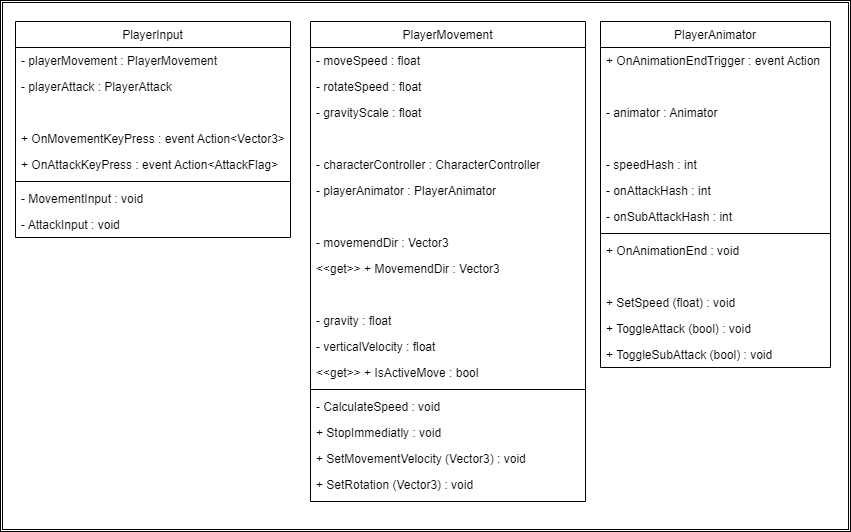
SEH00N/Eungabi keeps this draw.io diagram as ETC/UML/PlayerComponent.png. Above is the earlier version. Source tidied: cells renumbered, new cells last; positions are measured from the earlier drawing's top-left corner, leaving out a move shared by most shapes. Its diagram source:
```xml
<mxGraphModel>
  <root>
    <mxCell id="0" />
    <mxCell id="1" parent="0" />
    <mxCell id="2" style="shape=ext;double=1;rounded=0;whiteSpace=wrap;html=1;fontColor=#F0F0F0;strokeColor=default;fillColor=default;" parent="1" vertex="1">
      <mxGeometry width="850" height="531" as="geometry" />
    </mxCell>
    <mxCell id="3" value="PlayerInput" style="swimlane;fontStyle=0;align=center;verticalAlign=top;horizontal=1;startSize=26;rounded=0;shadow=0;strokeWidth=1;spacingTop=0;" parent="1" vertex="1">
      <mxGeometry x="15" y="21" width="275" height="216" as="geometry" />
    </mxCell>
    <mxCell id="4" value="- playerMovement : PlayerMovement" style="text;align=left;verticalAlign=top;spacingLeft=4;spacingRight=4;overflow=hidden;rounded=0;shadow=0;html=0;" parent="3" vertex="1">
      <mxGeometry y="26" width="275" height="26" as="geometry" />
    </mxCell>
    <mxCell id="5" value="- playerAttack : PlayerAttack" style="text;align=left;verticalAlign=top;spacingLeft=4;spacingRight=4;overflow=hidden;rounded=0;shadow=0;html=0;" parent="3" vertex="1">
      <mxGeometry y="52" width="275" height="26" as="geometry" />
    </mxCell>
    <mxCell id="6" value=" " style="text;align=left;verticalAlign=top;spacingLeft=4;spacingRight=4;overflow=hidden;rounded=0;shadow=0;html=0;" parent="3" vertex="1">
      <mxGeometry y="78" width="275" height="26" as="geometry" />
    </mxCell>
    <mxCell id="7" value="+ OnMovementKeyPress : event Action&lt;Vector3&gt;" style="text;align=left;verticalAlign=top;spacingLeft=4;spacingRight=4;overflow=hidden;rounded=0;shadow=0;html=0;" parent="3" vertex="1">
      <mxGeometry y="104" width="275" height="26" as="geometry" />
    </mxCell>
    <mxCell id="8" value="+ OnAttackKeyPress : event Action&lt;AttackFlag&gt;" style="text;align=left;verticalAlign=top;spacingLeft=4;spacingRight=4;overflow=hidden;rounded=0;shadow=0;html=0;" parent="3" vertex="1">
      <mxGeometry y="130" width="275" height="26" as="geometry" />
    </mxCell>
    <mxCell id="9" style="line;html=1;strokeWidth=1;align=left;verticalAlign=middle;spacingTop=-1;spacingLeft=3;spacingRight=3;labelPosition=right;" parent="3" vertex="1">
      <mxGeometry y="156" width="275" height="8" as="geometry" />
    </mxCell>
    <mxCell id="10" value="- MovementInput : void" style="text;align=left;verticalAlign=top;spacingLeft=4;spacingRight=4;overflow=hidden;rounded=0;shadow=0;html=0;" parent="3" vertex="1">
      <mxGeometry y="164" width="275" height="26" as="geometry" />
    </mxCell>
    <mxCell id="11" value="- AttackInput : void" style="text;align=left;verticalAlign=top;spacingLeft=4;spacingRight=4;overflow=hidden;rounded=0;shadow=0;html=0;" parent="3" vertex="1">
      <mxGeometry y="190" width="275" height="26" as="geometry" />
    </mxCell>
    <mxCell id="12" value="PlayerMovement" style="swimlane;fontStyle=0;align=center;verticalAlign=top;horizontal=1;startSize=26;rounded=0;shadow=0;strokeWidth=1;spacingTop=0;" parent="1" vertex="1">
      <mxGeometry x="310" y="21" width="275" height="480" as="geometry" />
    </mxCell>
    <mxCell id="13" value="- moveSpeed : float" style="text;align=left;verticalAlign=top;spacingLeft=4;spacingRight=4;overflow=hidden;rounded=0;shadow=0;html=0;" parent="12" vertex="1">
      <mxGeometry y="26" width="275" height="26" as="geometry" />
    </mxCell>
    <mxCell id="14" value="- rotateSpeed : float" style="text;align=left;verticalAlign=top;spacingLeft=4;spacingRight=4;overflow=hidden;rounded=0;shadow=0;html=0;" parent="12" vertex="1">
      <mxGeometry y="52" width="275" height="26" as="geometry" />
    </mxCell>
    <mxCell id="15" value="- gravityScale : float" style="text;align=left;verticalAlign=top;spacingLeft=4;spacingRight=4;overflow=hidden;rounded=0;shadow=0;html=0;" parent="12" vertex="1">
      <mxGeometry y="78" width="275" height="26" as="geometry" />
    </mxCell>
    <mxCell id="16" value=" " style="text;align=left;verticalAlign=top;spacingLeft=4;spacingRight=4;overflow=hidden;rounded=0;shadow=0;html=0;" parent="12" vertex="1">
      <mxGeometry y="104" width="275" height="26" as="geometry" />
    </mxCell>
    <mxCell id="17" value="- characterController : CharacterController" style="text;align=left;verticalAlign=top;spacingLeft=4;spacingRight=4;overflow=hidden;rounded=0;shadow=0;html=0;" parent="12" vertex="1">
      <mxGeometry y="130" width="275" height="26" as="geometry" />
    </mxCell>
    <mxCell id="18" value="- playerAnimator : PlayerAnimator" style="text;align=left;verticalAlign=top;spacingLeft=4;spacingRight=4;overflow=hidden;rounded=0;shadow=0;html=0;" parent="12" vertex="1">
      <mxGeometry y="156" width="275" height="26" as="geometry" />
    </mxCell>
    <mxCell id="19" value=" " style="text;align=left;verticalAlign=top;spacingLeft=4;spacingRight=4;overflow=hidden;rounded=0;shadow=0;html=0;" parent="12" vertex="1">
      <mxGeometry y="182" width="275" height="26" as="geometry" />
    </mxCell>
    <mxCell id="20" value="- movemendDir : Vector3" style="text;align=left;verticalAlign=top;spacingLeft=4;spacingRight=4;overflow=hidden;rounded=0;shadow=0;html=0;" parent="12" vertex="1">
      <mxGeometry y="208" width="275" height="26" as="geometry" />
    </mxCell>
    <mxCell id="21" value="&lt;&lt;get&gt;&gt; + MovemendDir : Vector3" style="text;align=left;verticalAlign=top;spacingLeft=4;spacingRight=4;overflow=hidden;rounded=0;shadow=0;html=0;" parent="12" vertex="1">
      <mxGeometry y="234" width="275" height="26" as="geometry" />
    </mxCell>
    <mxCell id="22" value=" " style="text;align=left;verticalAlign=top;spacingLeft=4;spacingRight=4;overflow=hidden;rounded=0;shadow=0;html=0;" parent="12" vertex="1">
      <mxGeometry y="260" width="275" height="26" as="geometry" />
    </mxCell>
    <mxCell id="23" value="- gravity : float" style="text;align=left;verticalAlign=top;spacingLeft=4;spacingRight=4;overflow=hidden;rounded=0;shadow=0;html=0;" parent="12" vertex="1">
      <mxGeometry y="286" width="275" height="26" as="geometry" />
    </mxCell>
    <mxCell id="24" value="- verticalVelocity : float" style="text;align=left;verticalAlign=top;spacingLeft=4;spacingRight=4;overflow=hidden;rounded=0;shadow=0;html=0;" parent="12" vertex="1">
      <mxGeometry y="312" width="275" height="26" as="geometry" />
    </mxCell>
    <mxCell id="25" value="&lt;&lt;get&gt;&gt; + IsActiveMove : bool" style="text;align=left;verticalAlign=top;spacingLeft=4;spacingRight=4;overflow=hidden;rounded=0;shadow=0;html=0;" parent="12" vertex="1">
      <mxGeometry y="338" width="275" height="26" as="geometry" />
    </mxCell>
    <mxCell id="26" style="line;html=1;strokeWidth=1;align=left;verticalAlign=middle;spacingTop=-1;spacingLeft=3;spacingRight=3;labelPosition=right;" parent="12" vertex="1">
      <mxGeometry y="364" width="275" height="8" as="geometry" />
    </mxCell>
    <mxCell id="27" value="- CalculateSpeed : void" style="text;align=left;verticalAlign=top;spacingLeft=4;spacingRight=4;overflow=hidden;rounded=0;shadow=0;html=0;" parent="12" vertex="1">
      <mxGeometry y="372" width="275" height="26" as="geometry" />
    </mxCell>
    <mxCell id="28" value="+ StopImmediatly : void" style="text;align=left;verticalAlign=top;spacingLeft=4;spacingRight=4;overflow=hidden;rounded=0;shadow=0;html=0;" parent="12" vertex="1">
      <mxGeometry y="398" width="275" height="26" as="geometry" />
    </mxCell>
    <mxCell id="29" value="+ SetMovementVelocity (Vector3) : void" style="text;align=left;verticalAlign=top;spacingLeft=4;spacingRight=4;overflow=hidden;rounded=0;shadow=0;html=0;" parent="12" vertex="1">
      <mxGeometry y="424" width="275" height="26" as="geometry" />
    </mxCell>
    <mxCell id="30" value="+ SetRotation (Vector3) : void" style="text;align=left;verticalAlign=top;spacingLeft=4;spacingRight=4;overflow=hidden;rounded=0;shadow=0;html=0;" parent="12" vertex="1">
      <mxGeometry y="450" width="275" height="26" as="geometry" />
    </mxCell>
    <mxCell id="31" value="PlayerAnimator" style="swimlane;fontStyle=0;align=center;verticalAlign=top;horizontal=1;startSize=26;rounded=0;shadow=0;strokeWidth=1;spacingTop=0;" parent="1" vertex="1">
      <mxGeometry x="600" y="21" width="230" height="346" as="geometry" />
    </mxCell>
    <mxCell id="32" value="+ OnAnimationEndTrigger : event Action" style="text;align=left;verticalAlign=top;spacingLeft=4;spacingRight=4;overflow=hidden;rounded=0;shadow=0;html=0;" parent="31" vertex="1">
      <mxGeometry y="26" width="230" height="26" as="geometry" />
    </mxCell>
    <mxCell id="33" value=" " style="text;align=left;verticalAlign=top;spacingLeft=4;spacingRight=4;overflow=hidden;rounded=0;shadow=0;html=0;" parent="31" vertex="1">
      <mxGeometry y="52" width="230" height="26" as="geometry" />
    </mxCell>
    <mxCell id="34" value="- animator : Animator" style="text;align=left;verticalAlign=top;spacingLeft=4;spacingRight=4;overflow=hidden;rounded=0;shadow=0;html=0;" parent="31" vertex="1">
      <mxGeometry y="78" width="230" height="26" as="geometry" />
    </mxCell>
    <mxCell id="35" value=" " style="text;align=left;verticalAlign=top;spacingLeft=4;spacingRight=4;overflow=hidden;rounded=0;shadow=0;html=0;" parent="31" vertex="1">
      <mxGeometry y="104" width="230" height="26" as="geometry" />
    </mxCell>
    <mxCell id="36" value="- speedHash : int" style="text;align=left;verticalAlign=top;spacingLeft=4;spacingRight=4;overflow=hidden;rounded=0;shadow=0;html=0;" parent="31" vertex="1">
      <mxGeometry y="130" width="230" height="26" as="geometry" />
    </mxCell>
    <mxCell id="37" value="- onAttackHash : int" style="text;align=left;verticalAlign=top;spacingLeft=4;spacingRight=4;overflow=hidden;rounded=0;shadow=0;html=0;" parent="31" vertex="1">
      <mxGeometry y="156" width="230" height="26" as="geometry" />
    </mxCell>
    <mxCell id="38" value="- onSubAttackHash : int" style="text;align=left;verticalAlign=top;spacingLeft=4;spacingRight=4;overflow=hidden;rounded=0;shadow=0;html=0;" parent="31" vertex="1">
      <mxGeometry y="182" width="230" height="26" as="geometry" />
    </mxCell>
    <mxCell id="39" style="line;html=1;strokeWidth=1;align=left;verticalAlign=middle;spacingTop=-1;spacingLeft=3;spacingRight=3;labelPosition=right;" parent="31" vertex="1">
      <mxGeometry y="208" width="230" height="8" as="geometry" />
    </mxCell>
    <mxCell id="40" value="+ OnAnimationEnd : void" style="text;align=left;verticalAlign=top;spacingLeft=4;spacingRight=4;overflow=hidden;rounded=0;shadow=0;html=0;" parent="31" vertex="1">
      <mxGeometry y="216" width="230" height="26" as="geometry" />
    </mxCell>
    <mxCell id="41" value=" " style="text;align=left;verticalAlign=top;spacingLeft=4;spacingRight=4;overflow=hidden;rounded=0;shadow=0;html=0;" parent="31" vertex="1">
      <mxGeometry y="242" width="230" height="26" as="geometry" />
    </mxCell>
    <mxCell id="42" value="+ SetSpeed (float) : void" style="text;align=left;verticalAlign=top;spacingLeft=4;spacingRight=4;overflow=hidden;rounded=0;shadow=0;html=0;" parent="31" vertex="1">
      <mxGeometry y="268" width="230" height="26" as="geometry" />
    </mxCell>
    <mxCell id="43" value="+ ToggleAttack (bool) : void" style="text;align=left;verticalAlign=top;spacingLeft=4;spacingRight=4;overflow=hidden;rounded=0;shadow=0;html=0;" parent="31" vertex="1">
      <mxGeometry y="294" width="230" height="26" as="geometry" />
    </mxCell>
    <mxCell id="44" value="+ ToggleSubAttack (bool) : void" style="text;align=left;verticalAlign=top;spacingLeft=4;spacingRight=4;overflow=hidden;rounded=0;shadow=0;html=0;" parent="31" vertex="1">
      <mxGeometry y="320" width="230" height="26" as="geometry" />
    </mxCell>
  </root>
</mxGraphModel>
```
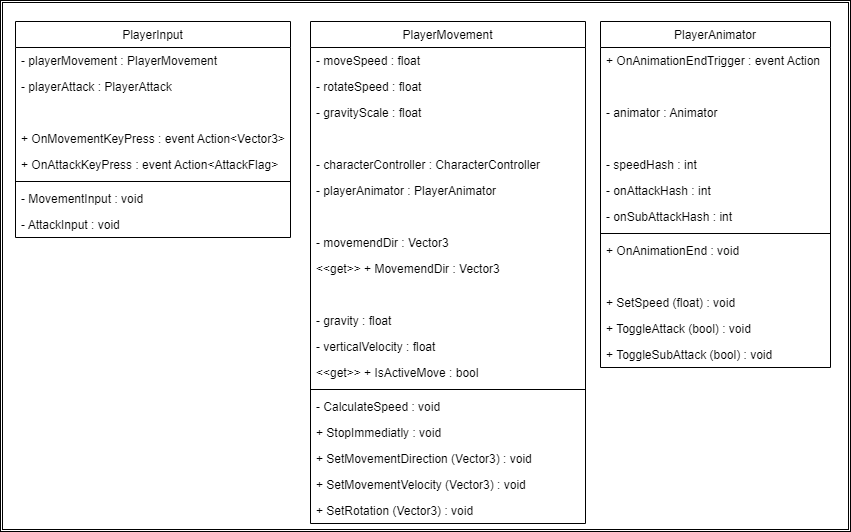
Above is the later version.

Diff of the diagram source:
```diff
@@ -33,7 +33,7 @@
       <mxGeometry y="190" width="275" height="26" as="geometry" />
     </mxCell>
     <mxCell id="12" value="PlayerMovement" style="swimlane;fontStyle=0;align=center;verticalAlign=top;horizontal=1;startSize=26;rounded=0;shadow=0;strokeWidth=1;spacingTop=0;" parent="1" vertex="1">
-      <mxGeometry x="310" y="21" width="275" height="480" as="geometry" />
+      <mxGeometry x="310" y="21" width="275" height="502" as="geometry" />
     </mxCell>
     <mxCell id="13" value="- moveSpeed : float" style="text;align=left;verticalAlign=top;spacingLeft=4;spacingRight=4;overflow=hidden;rounded=0;shadow=0;html=0;" parent="12" vertex="1">
       <mxGeometry y="26" width="275" height="26" as="geometry" />
@@ -83,11 +83,14 @@
     <mxCell id="28" value="+ StopImmediatly : void" style="text;align=left;verticalAlign=top;spacingLeft=4;spacingRight=4;overflow=hidden;rounded=0;shadow=0;html=0;" parent="12" vertex="1">
       <mxGeometry y="398" width="275" height="26" as="geometry" />
     </mxCell>
-    <mxCell id="29" value="+ SetMovementVelocity (Vector3) : void" style="text;align=left;verticalAlign=top;spacingLeft=4;spacingRight=4;overflow=hidden;rounded=0;shadow=0;html=0;" parent="12" vertex="1">
+    <mxCell id="29" value="+ SetMovementDirection (Vector3) : void" style="text;align=left;verticalAlign=top;spacingLeft=4;spacingRight=4;overflow=hidden;rounded=0;shadow=0;html=0;" parent="12" vertex="1">
       <mxGeometry y="424" width="275" height="26" as="geometry" />
     </mxCell>
+    <mxCell id="45" value="+ SetMovementVelocity (Vector3) : void" style="text;align=left;verticalAlign=top;spacingLeft=4;spacingRight=4;overflow=hidden;rounded=0;shadow=0;html=0;" parent="12" vertex="1">
+      <mxGeometry y="450" width="275" height="26" as="geometry" />
+    </mxCell>
     <mxCell id="30" value="+ SetRotation (Vector3) : void" style="text;align=left;verticalAlign=top;spacingLeft=4;spacingRight=4;overflow=hidden;rounded=0;shadow=0;html=0;" parent="12" vertex="1">
-      <mxGeometry y="450" width="275" height="26" as="geometry" />
+      <mxGeometry y="476" width="275" height="26" as="geometry" />
     </mxCell>
     <mxCell id="31" value="PlayerAnimator" style="swimlane;fontStyle=0;align=center;verticalAlign=top;horizontal=1;startSize=26;rounded=0;shadow=0;strokeWidth=1;spacingTop=0;" parent="1" vertex="1">
       <mxGeometry x="600" y="21" width="230" height="346" as="geometry" />
```
